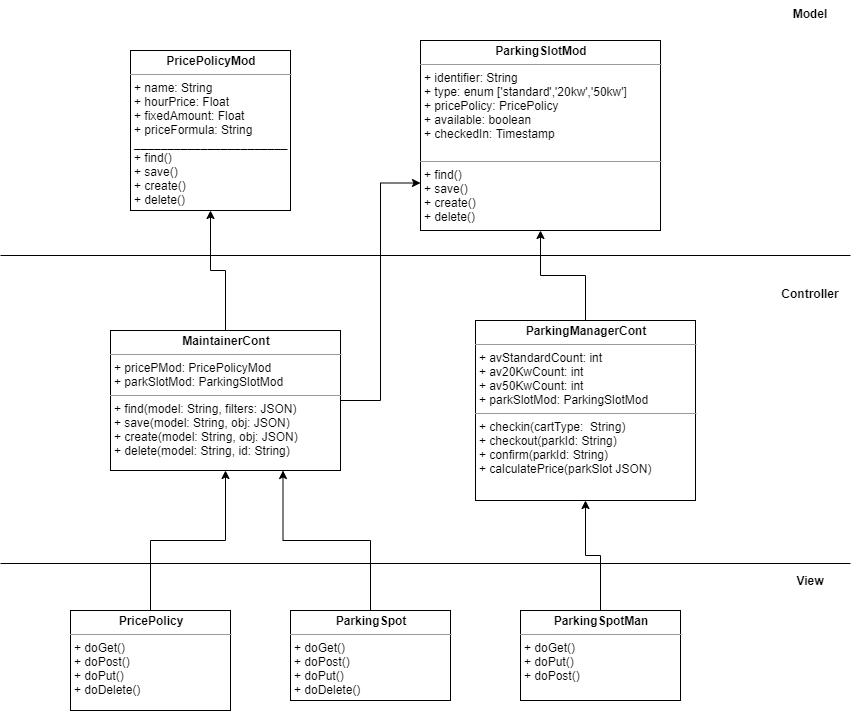
Earlier version of the draw.io export design/ClassDiagram.png (crtoled0/parking-spots). Source tidied: cells renumbered, new cells last; positions are measured from the earlier drawing's top-left corner, leaving out a move shared by most shapes.
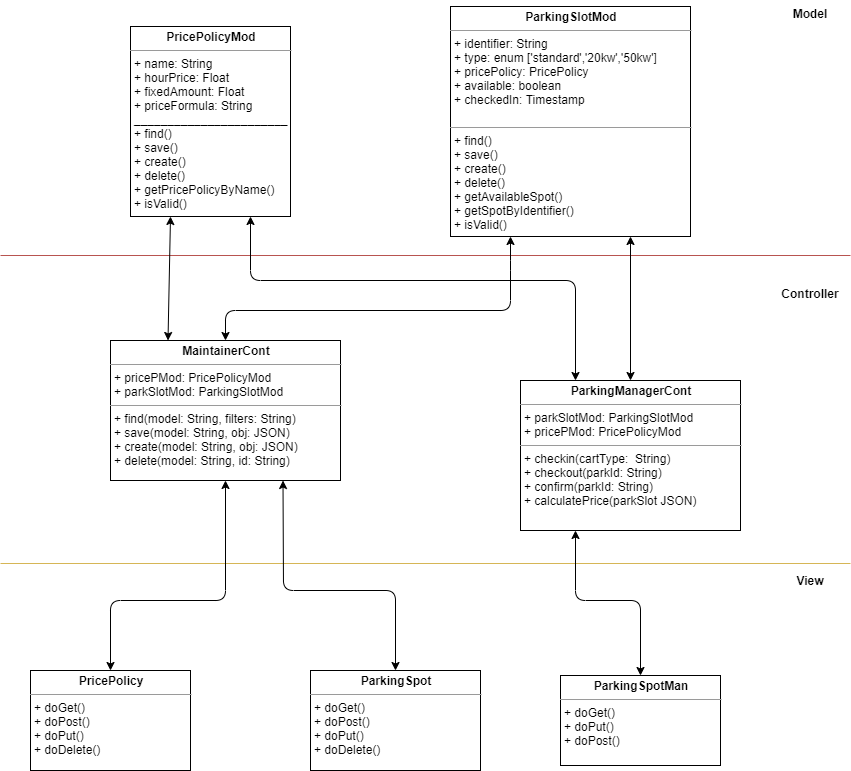
Above is the later version.

What changed in the source:
```diff
@@ -2,52 +2,34 @@
   <root>
     <mxCell id="0" />
     <mxCell id="1" parent="0" />
-    <mxCell id="2" value="&lt;p style=&quot;margin: 0px ; margin-top: 4px ; text-align: center&quot;&gt;&lt;b&gt;PricePolicyMod&lt;/b&gt;&lt;/p&gt;&lt;hr size=&quot;1&quot;&gt;&lt;p style=&quot;margin: 0px ; margin-left: 4px&quot;&gt;+ name: String&lt;/p&gt;&lt;p style=&quot;margin: 0px ; margin-left: 4px&quot;&gt;+ hourPrice: Float&lt;/p&gt;&lt;p style=&quot;margin: 0px ; margin-left: 4px&quot;&gt;+ fixedAmount: Float&lt;/p&gt;&lt;p style=&quot;margin: 0px ; margin-left: 4px&quot;&gt;+ priceFormula: String&lt;/p&gt;&lt;p style=&quot;margin: 0px ; margin-left: 4px&quot;&gt;&lt;span&gt;_______________________&lt;/span&gt;&lt;/p&gt;&lt;p style=&quot;margin: 0px 0px 0px 4px&quot;&gt;+ find()&lt;/p&gt;&lt;p style=&quot;margin: 0px 0px 0px 4px&quot;&gt;+ save()&lt;/p&gt;&lt;p style=&quot;margin: 0px 0px 0px 4px&quot;&gt;+ create()&lt;/p&gt;&lt;p style=&quot;margin: 0px 0px 0px 4px&quot;&gt;+ delete()&lt;/p&gt;" style="verticalAlign=top;align=left;overflow=fill;fontSize=12;fontFamily=Helvetica;html=1;" parent="1" vertex="1">
-      <mxGeometry x="130" y="50" width="160" height="160" as="geometry" />
+    <mxCell id="2" value="&lt;p style=&quot;margin: 0px ; margin-top: 4px ; text-align: center&quot;&gt;&lt;b&gt;PricePolicyMod&lt;/b&gt;&lt;/p&gt;&lt;hr size=&quot;1&quot;&gt;&lt;p style=&quot;margin: 0px ; margin-left: 4px&quot;&gt;+ name: String&lt;/p&gt;&lt;p style=&quot;margin: 0px ; margin-left: 4px&quot;&gt;+ hourPrice: Float&lt;/p&gt;&lt;p style=&quot;margin: 0px ; margin-left: 4px&quot;&gt;+ fixedAmount: Float&lt;/p&gt;&lt;p style=&quot;margin: 0px ; margin-left: 4px&quot;&gt;+ priceFormula: String&lt;/p&gt;&lt;p style=&quot;margin: 0px ; margin-left: 4px&quot;&gt;&lt;span&gt;_______________________&lt;/span&gt;&lt;/p&gt;&lt;p style=&quot;margin: 0px 0px 0px 4px&quot;&gt;+ find()&lt;/p&gt;&lt;p style=&quot;margin: 0px 0px 0px 4px&quot;&gt;+ save()&lt;/p&gt;&lt;p style=&quot;margin: 0px 0px 0px 4px&quot;&gt;+ create()&lt;/p&gt;&lt;p style=&quot;margin: 0px 0px 0px 4px&quot;&gt;+ delete()&lt;/p&gt;&lt;p style=&quot;margin: 0px 0px 0px 4px&quot;&gt;+ getPricePolicyByName()&lt;/p&gt;&lt;p style=&quot;margin: 0px 0px 0px 4px&quot;&gt;+&amp;nbsp;isValid()&lt;/p&gt;" style="verticalAlign=top;align=left;overflow=fill;fontSize=12;fontFamily=Helvetica;html=1;" parent="1" vertex="1">
+      <mxGeometry x="130" y="26" width="160" height="190" as="geometry" />
     </mxCell>
-    <mxCell id="3" value="&lt;p style=&quot;margin: 0px ; margin-top: 4px ; text-align: center&quot;&gt;&lt;b&gt;ParkingSlotMod&lt;/b&gt;&lt;/p&gt;&lt;hr size=&quot;1&quot;&gt;&lt;p style=&quot;margin: 0px ; margin-left: 4px&quot;&gt;+ identifier: String&lt;/p&gt;&lt;p style=&quot;margin: 0px ; margin-left: 4px&quot;&gt;+ type: enum ['standard','20kw','50kw&lt;span&gt;']&lt;/span&gt;&lt;/p&gt;&lt;p style=&quot;margin: 0px ; margin-left: 4px&quot;&gt;&lt;span&gt;+ pricePolicy: PricePolicy&lt;/span&gt;&lt;/p&gt;&lt;p style=&quot;margin: 0px ; margin-left: 4px&quot;&gt;&lt;span&gt;+ available: boolean&lt;/span&gt;&lt;/p&gt;&lt;p style=&quot;margin: 0px ; margin-left: 4px&quot;&gt;&lt;span&gt;+ checkedIn: Timestamp&lt;/span&gt;&lt;/p&gt;&lt;p style=&quot;margin: 0px ; margin-left: 4px&quot;&gt;&lt;span&gt;&lt;br&gt;&lt;/span&gt;&lt;/p&gt;&lt;hr size=&quot;1&quot;&gt;&lt;p style=&quot;margin: 0px ; margin-left: 4px&quot;&gt;+ find()&lt;/p&gt;&lt;p style=&quot;margin: 0px ; margin-left: 4px&quot;&gt;+ save()&lt;/p&gt;&lt;p style=&quot;margin: 0px ; margin-left: 4px&quot;&gt;+ create()&lt;br&gt;&lt;/p&gt;&lt;p style=&quot;margin: 0px ; margin-left: 4px&quot;&gt;+ delete()&lt;/p&gt;" style="verticalAlign=top;align=left;overflow=fill;fontSize=12;fontFamily=Helvetica;html=1;" parent="1" vertex="1">
-      <mxGeometry x="420" y="40" width="240" height="190" as="geometry" />
+    <mxCell id="3" value="&lt;p style=&quot;margin: 0px ; margin-top: 4px ; text-align: center&quot;&gt;&lt;b&gt;ParkingSlotMod&lt;/b&gt;&lt;/p&gt;&lt;hr size=&quot;1&quot;&gt;&lt;p style=&quot;margin: 0px ; margin-left: 4px&quot;&gt;+ identifier: String&lt;/p&gt;&lt;p style=&quot;margin: 0px ; margin-left: 4px&quot;&gt;+ type: enum ['standard','20kw','50kw&lt;span&gt;']&lt;/span&gt;&lt;/p&gt;&lt;p style=&quot;margin: 0px ; margin-left: 4px&quot;&gt;&lt;span&gt;+ pricePolicy: PricePolicy&lt;/span&gt;&lt;/p&gt;&lt;p style=&quot;margin: 0px ; margin-left: 4px&quot;&gt;&lt;span&gt;+ available: boolean&lt;/span&gt;&lt;/p&gt;&lt;p style=&quot;margin: 0px ; margin-left: 4px&quot;&gt;&lt;span&gt;+ checkedIn: Timestamp&lt;/span&gt;&lt;/p&gt;&lt;p style=&quot;margin: 0px ; margin-left: 4px&quot;&gt;&lt;span&gt;&lt;br&gt;&lt;/span&gt;&lt;/p&gt;&lt;hr size=&quot;1&quot;&gt;&lt;p style=&quot;margin: 0px ; margin-left: 4px&quot;&gt;+ find()&lt;/p&gt;&lt;p style=&quot;margin: 0px ; margin-left: 4px&quot;&gt;+ save()&lt;/p&gt;&lt;p style=&quot;margin: 0px ; margin-left: 4px&quot;&gt;+ create()&lt;br&gt;&lt;/p&gt;&lt;p style=&quot;margin: 0px ; margin-left: 4px&quot;&gt;+ delete()&lt;/p&gt;&lt;p style=&quot;margin: 0px ; margin-left: 4px&quot;&gt;+&amp;nbsp;getAvailableSpot()&lt;/p&gt;&lt;p style=&quot;margin: 0px ; margin-left: 4px&quot;&gt;+&amp;nbsp;getSpotByIdentifier()&lt;/p&gt;&lt;p style=&quot;margin: 0px ; margin-left: 4px&quot;&gt;+ isValid()&lt;/p&gt;" style="verticalAlign=top;align=left;overflow=fill;fontSize=12;fontFamily=Helvetica;html=1;" parent="1" vertex="1">
+      <mxGeometry x="450" y="6" width="240" height="230" as="geometry" />
     </mxCell>
-    <mxCell id="4" style="edgeStyle=orthogonalEdgeStyle;rounded=0;jettySize=auto;html=1;entryX=0;entryY=0.75;entryDx=0;entryDy=0;" parent="1" edge="1" source="6" target="3">
-      <mxGeometry relative="1" as="geometry" />
-    </mxCell>
-    <mxCell id="5" style="edgeStyle=orthogonalEdgeStyle;rounded=0;jettySize=auto;html=1;entryX=0.5;entryY=1;entryDx=0;entryDy=0;" parent="1" edge="1" source="6" target="2">
-      <mxGeometry relative="1" as="geometry" />
-    </mxCell>
-    <mxCell id="6" value="&lt;p style=&quot;margin: 0px ; margin-top: 4px ; text-align: center&quot;&gt;&lt;b&gt;MaintainerCont&lt;/b&gt;&lt;/p&gt;&lt;hr size=&quot;1&quot;&gt;&lt;p style=&quot;margin: 0px ; margin-left: 4px&quot;&gt;+ pricePMod: PricePolicyMod&lt;/p&gt;&lt;p style=&quot;margin: 0px ; margin-left: 4px&quot;&gt;+ parkSlotMod: ParkingSlotMod&lt;/p&gt;&lt;hr size=&quot;1&quot;&gt;&lt;p style=&quot;margin: 0px ; margin-left: 4px&quot;&gt;+ find(model: String, filters: JSON)&lt;/p&gt;&lt;p style=&quot;margin: 0px ; margin-left: 4px&quot;&gt;+ save(model: String, obj: JSON)&lt;/p&gt;&lt;p style=&quot;margin: 0px ; margin-left: 4px&quot;&gt;+ create(model: String, obj: JSON)&lt;/p&gt;&lt;p style=&quot;margin: 0px ; margin-left: 4px&quot;&gt;+ delete(model: String, id: String)&lt;br&gt;&lt;/p&gt;" style="verticalAlign=top;align=left;overflow=fill;fontSize=12;fontFamily=Helvetica;html=1;" parent="1" vertex="1">
-      <mxGeometry x="110" y="330" width="230" height="140" as="geometry" />
+    <mxCell id="6" value="&lt;p style=&quot;margin: 0px ; margin-top: 4px ; text-align: center&quot;&gt;&lt;b&gt;MaintainerCont&lt;/b&gt;&lt;/p&gt;&lt;hr size=&quot;1&quot;&gt;&lt;p style=&quot;margin: 0px ; margin-left: 4px&quot;&gt;+ pricePMod: PricePolicyMod&lt;/p&gt;&lt;p style=&quot;margin: 0px ; margin-left: 4px&quot;&gt;+ parkSlotMod: ParkingSlotMod&lt;/p&gt;&lt;hr size=&quot;1&quot;&gt;&lt;p style=&quot;margin: 0px ; margin-left: 4px&quot;&gt;+ find(model: String, filters: String)&lt;/p&gt;&lt;p style=&quot;margin: 0px ; margin-left: 4px&quot;&gt;+ save(model: String, obj: JSON)&lt;/p&gt;&lt;p style=&quot;margin: 0px ; margin-left: 4px&quot;&gt;+ create(model: String, obj: JSON)&lt;/p&gt;&lt;p style=&quot;margin: 0px ; margin-left: 4px&quot;&gt;+ delete(model: String, id: String)&lt;br&gt;&lt;/p&gt;" style="verticalAlign=top;align=left;overflow=fill;fontSize=12;fontFamily=Helvetica;html=1;" parent="1" vertex="1">
+      <mxGeometry x="110" y="340" width="230" height="140" as="geometry" />
     </mxCell>
-    <mxCell id="7" style="edgeStyle=orthogonalEdgeStyle;rounded=0;jettySize=auto;html=1;entryX=0.5;entryY=1;entryDx=0;entryDy=0;" parent="1" edge="1" source="8" target="3">
-      <mxGeometry relative="1" as="geometry" />
-    </mxCell>
-    <mxCell id="8" value="&lt;p style=&quot;margin: 0px ; margin-top: 4px ; text-align: center&quot;&gt;&lt;b&gt;ParkingManagerCont&lt;/b&gt;&lt;/p&gt;&lt;hr size=&quot;1&quot;&gt;&lt;p style=&quot;margin: 0px ; margin-left: 4px&quot;&gt;+ avStandardCount: int&lt;/p&gt;&lt;p style=&quot;margin: 0px ; margin-left: 4px&quot;&gt;+ av20KwCount: int&lt;/p&gt;&lt;p style=&quot;margin: 0px ; margin-left: 4px&quot;&gt;+ av50KwCount: int&lt;/p&gt;&lt;p style=&quot;margin: 0px ; margin-left: 4px&quot;&gt;+ parkSlotMod: ParkingSlotMod&lt;br&gt;&lt;/p&gt;&lt;hr size=&quot;1&quot;&gt;&lt;p style=&quot;margin: 0px ; margin-left: 4px&quot;&gt;+ checkin(cartType:&amp;nbsp; String)&lt;/p&gt;&lt;p style=&quot;margin: 0px ; margin-left: 4px&quot;&gt;&lt;span&gt;+ checkout(parkId: String)&lt;br&gt;+ confirm(parkId: String)&lt;/span&gt;&lt;/p&gt;&lt;p style=&quot;margin: 0px ; margin-left: 4px&quot;&gt;&lt;span&gt;+ calculatePrice(parkSlot JSON)&lt;/span&gt;&lt;/p&gt;" style="verticalAlign=top;align=left;overflow=fill;fontSize=12;fontFamily=Helvetica;html=1;" parent="1" vertex="1">
-      <mxGeometry x="475" y="320" width="220" height="180" as="geometry" />
+    <mxCell id="8" value="&lt;p style=&quot;margin: 0px ; margin-top: 4px ; text-align: center&quot;&gt;&lt;b&gt;ParkingManagerCont&lt;/b&gt;&lt;/p&gt;&lt;hr size=&quot;1&quot;&gt;&lt;p style=&quot;margin: 0px ; margin-left: 4px&quot;&gt;&lt;span&gt;+ parkSlotMod: ParkingSlotMod&lt;/span&gt;&lt;br&gt;&lt;/p&gt;&lt;p style=&quot;margin: 0px 0px 0px 4px&quot;&gt;+ pricePMod: PricePolicyMod&lt;/p&gt;&lt;hr size=&quot;1&quot;&gt;&lt;p style=&quot;margin: 0px ; margin-left: 4px&quot;&gt;+ checkin(cartType:&amp;nbsp; String)&lt;/p&gt;&lt;p style=&quot;margin: 0px ; margin-left: 4px&quot;&gt;&lt;span&gt;+ checkout(parkId: String)&lt;br&gt;+ confirm(parkId: String)&lt;/span&gt;&lt;/p&gt;&lt;p style=&quot;margin: 0px ; margin-left: 4px&quot;&gt;&lt;span&gt;+ calculatePrice(parkSlot JSON)&lt;/span&gt;&lt;/p&gt;" style="verticalAlign=top;align=left;overflow=fill;fontSize=12;fontFamily=Helvetica;html=1;" parent="1" vertex="1">
+      <mxGeometry x="520" y="380" width="220" height="150" as="geometry" />
     </mxCell>
     <mxCell id="9" style="edgeStyle=orthogonalEdgeStyle;rounded=0;orthogonalLoop=1;jettySize=auto;html=1;exitX=0.5;exitY=0;exitDx=0;exitDy=0;entryX=0.5;entryY=0;entryDx=0;entryDy=0;" parent="1" edge="1" source="11" target="11">
       <mxGeometry relative="1" as="geometry" />
     </mxCell>
-    <mxCell id="10" style="edgeStyle=orthogonalEdgeStyle;rounded=0;jettySize=auto;html=1;entryX=0.5;entryY=1;entryDx=0;entryDy=0;" parent="1" edge="1" source="11" target="6">
-      <mxGeometry relative="1" as="geometry" />
-    </mxCell>
     <mxCell id="11" value="&lt;p style=&quot;margin: 0px ; margin-top: 4px ; text-align: center&quot;&gt;&lt;b&gt;PricePolicy&lt;/b&gt;&lt;/p&gt;&lt;hr size=&quot;1&quot;&gt;&lt;p style=&quot;margin: 0px ; margin-left: 4px&quot;&gt;&lt;/p&gt;&lt;p style=&quot;margin: 0px ; margin-left: 4px&quot;&gt;+ doGet()&lt;br&gt;+ doPost()&lt;/p&gt;&lt;p style=&quot;margin: 0px ; margin-left: 4px&quot;&gt;+ doPut()&lt;/p&gt;&lt;p style=&quot;margin: 0px ; margin-left: 4px&quot;&gt;+ doDelete()&lt;/p&gt;" style="verticalAlign=top;align=left;overflow=fill;fontSize=12;fontFamily=Helvetica;html=1;" parent="1" vertex="1">
-      <mxGeometry x="70" y="610" width="160" height="100" as="geometry" />
+      <mxGeometry x="30" y="670" width="160" height="100" as="geometry" />
     </mxCell>
-    <mxCell id="12" style="edgeStyle=orthogonalEdgeStyle;rounded=0;jettySize=auto;html=1;entryX=0.75;entryY=1;entryDx=0;entryDy=0;" parent="1" edge="1" source="13" target="6">
-      <mxGeometry relative="1" as="geometry" />
-    </mxCell>
     <mxCell id="13" value="&lt;p style=&quot;margin: 0px ; margin-top: 4px ; text-align: center&quot;&gt;&lt;b&gt;ParkingSpot&lt;/b&gt;&lt;/p&gt;&lt;hr size=&quot;1&quot;&gt;&lt;p style=&quot;margin: 0px ; margin-left: 4px&quot;&gt;&lt;/p&gt;&lt;p style=&quot;margin: 0px 0px 0px 4px&quot;&gt;+ doGet()&lt;br&gt;+ doPost()&lt;/p&gt;&lt;p style=&quot;margin: 0px 0px 0px 4px&quot;&gt;+ doPut()&lt;br&gt;&lt;/p&gt;&lt;p style=&quot;margin: 0px 0px 0px 4px&quot;&gt;+ doDelete()&lt;/p&gt;" style="verticalAlign=top;align=left;overflow=fill;fontSize=12;fontFamily=Helvetica;html=1;" parent="1" vertex="1">
-      <mxGeometry x="290" y="610" width="160" height="90" as="geometry" />
+      <mxGeometry x="310" y="670" width="170" height="100" as="geometry" />
     </mxCell>
-    <mxCell id="14" style="edgeStyle=orthogonalEdgeStyle;rounded=0;jettySize=auto;html=1;entryX=0.5;entryY=1;entryDx=0;entryDy=0;" parent="1" edge="1" source="15" target="8">
-      <mxGeometry relative="1" as="geometry" />
-    </mxCell>
     <mxCell id="15" value="&lt;p style=&quot;margin: 0px ; margin-top: 4px ; text-align: center&quot;&gt;&lt;b&gt;ParkingSpotMan&lt;/b&gt;&lt;/p&gt;&lt;hr size=&quot;1&quot;&gt;&lt;p style=&quot;margin: 0px ; margin-left: 4px&quot;&gt;&lt;/p&gt;&lt;p style=&quot;margin: 0px ; margin-left: 4px&quot;&gt;+ doGet()&lt;/p&gt;&lt;p style=&quot;margin: 0px ; margin-left: 4px&quot;&gt;+ doPut()&lt;br&gt;&lt;/p&gt;&lt;p style=&quot;margin: 0px ; margin-left: 4px&quot;&gt;+ doPost()&lt;/p&gt;" style="verticalAlign=top;align=left;overflow=fill;fontSize=12;fontFamily=Helvetica;html=1;" parent="1" vertex="1">
-      <mxGeometry x="520" y="610" width="160" height="90" as="geometry" />
+      <mxGeometry x="560" y="675" width="160" height="90" as="geometry" />
     </mxCell>
-    <mxCell id="16" style="line;strokeWidth=1;fillColor=none;align=left;verticalAlign=middle;spacingTop=-1;spacingLeft=3;spacingRight=3;labelPosition=right;" parent="1" vertex="1">
+    <mxCell id="16" style="line;strokeWidth=1;fillColor=#f8cecc;align=left;verticalAlign=middle;spacingTop=-1;spacingLeft=3;spacingRight=3;labelPosition=right;strokeColor=#b85450;" parent="1" vertex="1">
       <mxGeometry y="251" width="850" height="8" as="geometry" />
     </mxCell>
-    <mxCell id="17" style="line;strokeWidth=1;fillColor=none;align=left;verticalAlign=middle;spacingTop=-1;spacingLeft=3;spacingRight=3;labelPosition=right;" parent="1" vertex="1">
+    <mxCell id="17" style="line;strokeWidth=1;fillColor=#fff2cc;align=left;verticalAlign=middle;spacingTop=-1;spacingLeft=3;spacingRight=3;labelPosition=right;strokeColor=#d6b656;" parent="1" vertex="1">
       <mxGeometry y="559" width="850" height="8" as="geometry" />
     </mxCell>
     <mxCell id="18" value="Model" style="text;align=center;fontStyle=1;verticalAlign=middle;spacingLeft=3;spacingRight=3;strokeColor=none;" parent="1" vertex="1">
@@ -59,5 +41,52 @@
     <mxCell id="20" value="View" style="text;align=center;fontStyle=1;verticalAlign=middle;spacingLeft=3;spacingRight=3;strokeColor=none;" parent="1" vertex="1">
       <mxGeometry x="770" y="567" width="80" height="26" as="geometry" />
     </mxCell>
+    <mxCell id="10" style="endArrow=classic;startArrow=classic;html=1;entryX=0.5;entryY=1;entryDx=0;entryDy=0;exitX=0.5;exitY=0;exitDx=0;exitDy=0;" parent="1" edge="1" source="11" target="6">
+      <mxGeometry relative="1" as="geometry">
+        <Array as="points">
+          <mxPoint x="110" y="600" />
+          <mxPoint x="225" y="600" />
+        </Array>
+      </mxGeometry>
+    </mxCell>
+    <mxCell id="12" style="endArrow=classic;startArrow=classic;html=1;exitX=0.5;exitY=0;exitDx=0;exitDy=0;entryX=0.75;entryY=1;entryDx=0;entryDy=0;" parent="1" edge="1" source="13" target="6">
+      <mxGeometry relative="1" as="geometry">
+        <Array as="points">
+          <mxPoint x="395" y="590" />
+          <mxPoint x="283" y="590" />
+        </Array>
+      </mxGeometry>
+    </mxCell>
+    <mxCell id="14" style="endArrow=classic;startArrow=classic;html=1;entryX=0.25;entryY=1;entryDx=0;entryDy=0;exitX=0.5;exitY=0;exitDx=0;exitDy=0;" parent="1" edge="1" source="15" target="8">
+      <mxGeometry relative="1" as="geometry">
+        <Array as="points">
+          <mxPoint x="640" y="600" />
+          <mxPoint x="575" y="600" />
+        </Array>
+      </mxGeometry>
+    </mxCell>
+    <mxCell id="7" style="endArrow=classic;startArrow=classic;html=1;exitX=0.5;exitY=0;exitDx=0;exitDy=0;entryX=0.75;entryY=1;entryDx=0;entryDy=0;" parent="1" edge="1" source="8" target="3">
+      <mxGeometry relative="1" as="geometry" />
+    </mxCell>
+    <mxCell id="21" style="endArrow=classic;startArrow=classic;html=1;exitX=0.25;exitY=0;exitDx=0;exitDy=0;entryX=0.75;entryY=1;entryDx=0;entryDy=0;" parent="1" edge="1" source="8" target="2">
+      <mxGeometry relative="1" as="geometry">
+        <Array as="points">
+          <mxPoint x="575" y="280" />
+          <mxPoint x="250" y="280" />
+        </Array>
+      </mxGeometry>
+    </mxCell>
+    <mxCell id="5" style="endArrow=classic;startArrow=classic;html=1;entryX=0.25;entryY=1;entryDx=0;entryDy=0;exitX=0.25;exitY=0;exitDx=0;exitDy=0;" parent="1" edge="1" source="6" target="2">
+      <mxGeometry relative="1" as="geometry" />
+    </mxCell>
+    <mxCell id="4" style="endArrow=classic;startArrow=classic;html=1;exitX=0.5;exitY=0;exitDx=0;exitDy=0;entryX=0.25;entryY=1;entryDx=0;entryDy=0;" parent="1" edge="1" source="6" target="3">
+      <mxGeometry relative="1" as="geometry">
+        <Array as="points">
+          <mxPoint x="225" y="310" />
+          <mxPoint x="510" y="310" />
+          <mxPoint x="510" y="270" />
+        </Array>
+      </mxGeometry>
+    </mxCell>
   </root>
 </mxGraphModel>
```
